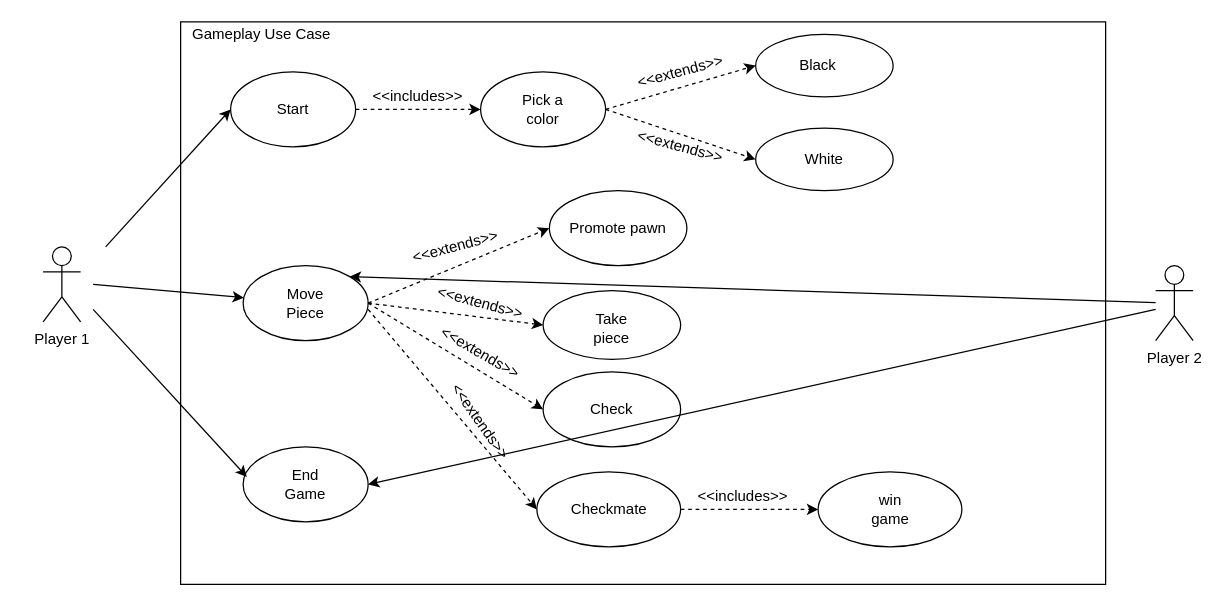
Earlier version of the draw.io diagram docs/content/diagrams/raw/Gameplay use case.drawio (nolliebigspin/chess-game). Source tidied: cells renumbered, new cells numbered last; positions are measured from the earlier drawing's top-left corner, leaving out a move shared by most shapes. Both pictures are drawn from the tidied source at 125%, with x=0, y=0 at pixel (42, 21).
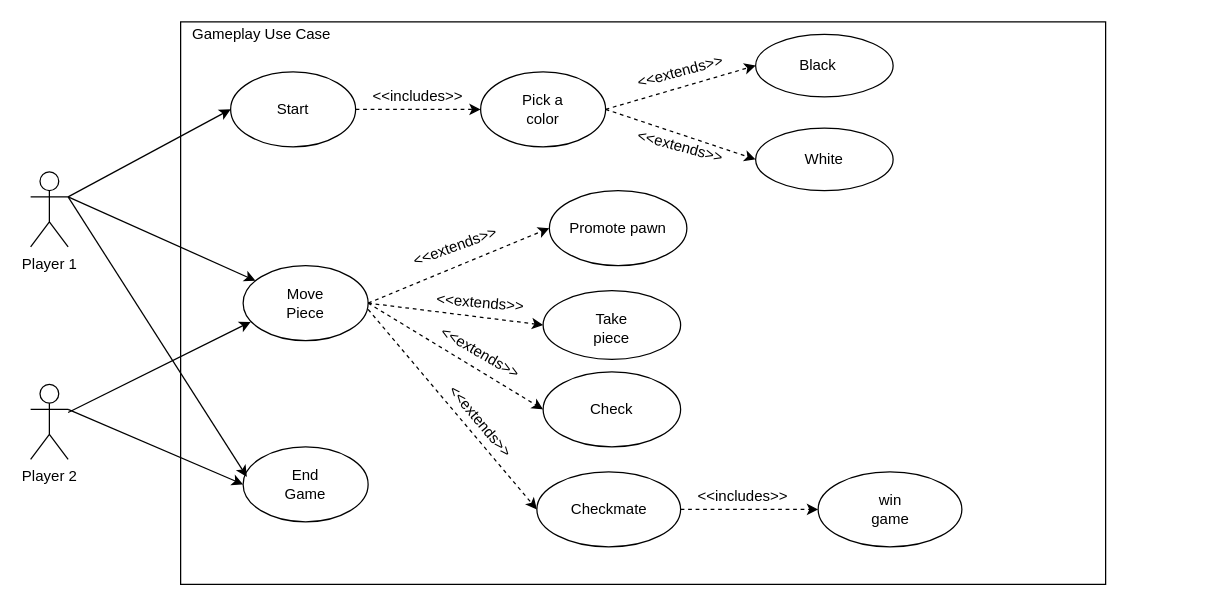
The same diagram, later.

Commit message:
update Gameplay UseCase

Unchanged cells that the change refers to:
```xml
<mxCell id="4" style="ellipse;whiteSpace=wrap;html=1;" parent="1" vertex="1">
  <mxGeometry x="150" y="40" width="100" height="60" as="geometry" />
</mxCell>
<mxCell id="10" style="ellipse;whiteSpace=wrap;html=1;" parent="1" vertex="1">
  <mxGeometry x="160" y="195" width="100" height="60" as="geometry" />
</mxCell>
<mxCell id="12" style="ellipse;whiteSpace=wrap;html=1;" parent="1" vertex="1">
  <mxGeometry x="160" y="340" width="100" height="60" as="geometry" />
</mxCell>
```

Diff of the diagram source:
```diff
@@
     <mxCell id="2" value="Player 1" style="shape=umlActor;verticalLabelPosition=bottom;labelBackgroundColor=#ffffff;verticalAlign=top;html=1;outlineConnect=0;" parent="1" vertex="1">
-      <mxGeometry y="180" width="30" height="60" as="geometry" />
+      <mxGeometry x="-10" y="120" width="30" height="60" as="geometry" />
     </mxCell>
@@
     <mxCell id="18" value="Player 2" style="shape=umlActor;verticalLabelPosition=bottom;labelBackgroundColor=#ffffff;verticalAlign=top;html=1;outlineConnect=0;" parent="1" vertex="1">
-      <mxGeometry x="890" y="195" width="30" height="60" as="geometry" />
+      <mxGeometry x="-10" y="290" width="30" height="60" as="geometry" />
     </mxCell>
@@
-    <mxCell id="31" value="&amp;lt;&amp;lt;extends&amp;gt;&amp;gt;" style="text;html=1;strokeColor=none;fillColor=none;align=center;verticalAlign=middle;whiteSpace=wrap;rounded=0;rotation=-15;" parent="1" vertex="1">
+    <mxCell id="31" value="&amp;lt;&amp;lt;extends&amp;gt;&amp;gt;" style="text;html=1;strokeColor=none;fillColor=none;align=center;verticalAlign=middle;whiteSpace=wrap;rounded=0;rotation=-20;" parent="1" vertex="1">
       <mxGeometry x="310" y="170" width="40" height="20" as="geometry" />
     </mxCell>
-    <mxCell id="32" value="&amp;lt;&amp;lt;extends&amp;gt;&amp;gt;" style="text;html=1;strokeColor=none;fillColor=none;align=center;verticalAlign=middle;whiteSpace=wrap;rounded=0;rotation=15;" parent="1" vertex="1">
+    <mxCell id="32" value="&amp;lt;&amp;lt;extends&amp;gt;&amp;gt;" style="text;html=1;strokeColor=none;fillColor=none;align=center;verticalAlign=middle;whiteSpace=wrap;rounded=0;rotation=5;" parent="1" vertex="1">
       <mxGeometry x="330" y="215" width="40" height="20" as="geometry" />
     </mxCell>
@@
-    <mxCell id="34" value="&amp;lt;&amp;lt;extends&amp;gt;&amp;gt;" style="text;html=1;strokeColor=none;fillColor=none;align=center;verticalAlign=middle;whiteSpace=wrap;rounded=0;rotation=55;" parent="1" vertex="1">
+    <mxCell id="34" value="&amp;lt;&amp;lt;extends&amp;gt;&amp;gt;" style="text;html=1;strokeColor=none;fillColor=none;align=center;verticalAlign=middle;whiteSpace=wrap;rounded=0;rotation=50;" parent="1" vertex="1">
       <mxGeometry x="330" y="310" width="40" height="20" as="geometry" />
     </mxCell>
@@
-    <mxCell id="43" style="endArrow=classic;html=1;entryX=0;entryY=0.5;entryDx=0;entryDy=0;" parent="1" edge="1" target="4">
-      <mxGeometry relative="1" as="geometry">
-        <mxPoint x="50" y="180" as="sourcePoint" />
-      </mxGeometry>
+    <mxCell id="43" style="endArrow=classic;html=1;entryX=0;entryY=0.5;entryDx=0;entryDy=0;exitX=1;exitY=0.3333333333333333;exitDx=0;exitDy=0;exitPerimeter=0;" parent="1" edge="1" source="2" target="4">
+      <mxGeometry relative="1" as="geometry" />
     </mxCell>
-    <mxCell id="44" style="endArrow=classic;html=1;" parent="1" edge="1" target="10">
-      <mxGeometry relative="1" as="geometry">
-        <mxPoint x="40" y="210" as="sourcePoint" />
-      </mxGeometry>
+    <mxCell id="44" style="endArrow=classic;html=1;exitX=1;exitY=0.3333333333333333;exitDx=0;exitDy=0;exitPerimeter=0;" parent="1" edge="1" source="2" target="10">
+      <mxGeometry relative="1" as="geometry" />
     </mxCell>
-    <mxCell id="45" style="endArrow=classic;html=1;entryX=0.03;entryY=0.4;entryDx=0;entryDy=0;entryPerimeter=0;" parent="1" edge="1" target="12">
-      <mxGeometry relative="1" as="geometry">
-        <mxPoint x="40" y="230" as="sourcePoint" />
-      </mxGeometry>
+    <mxCell id="45" style="endArrow=classic;html=1;entryX=0.03;entryY=0.4;entryDx=0;entryDy=0;entryPerimeter=0;exitX=1;exitY=0.3333333333333333;exitDx=0;exitDy=0;exitPerimeter=0;" parent="1" edge="1" source="2" target="12">
+      <mxGeometry relative="1" as="geometry" />
     </mxCell>
@@
-    <mxCell id="47" style="endArrow=classic;html=1;entryX=1;entryY=0;entryDx=0;entryDy=0;" parent="1" edge="1" source="18" target="10">
+    <mxCell id="47" style="endArrow=classic;html=1;entryX=0.06;entryY=0.75;entryDx=0;entryDy=0;entryPerimeter=0;" parent="1" edge="1" source="18" target="10">
       <mxGeometry relative="1" as="geometry" />
     </mxCell>
-    <mxCell id="48" style="endArrow=classic;html=1;entryX=1;entryY=0.5;entryDx=0;entryDy=0;" parent="1" edge="1" target="12">
-      <mxGeometry relative="1" as="geometry">
-        <mxPoint x="890" y="230" as="sourcePoint" />
-      </mxGeometry>
+    <mxCell id="48" style="endArrow=classic;html=1;entryX=0;entryY=0.5;entryDx=0;entryDy=0;exitX=1;exitY=0.3333333333333333;exitDx=0;exitDy=0;exitPerimeter=0;" parent="1" edge="1" source="18" target="12">
+      <mxGeometry relative="1" as="geometry" />
     </mxCell>
```
